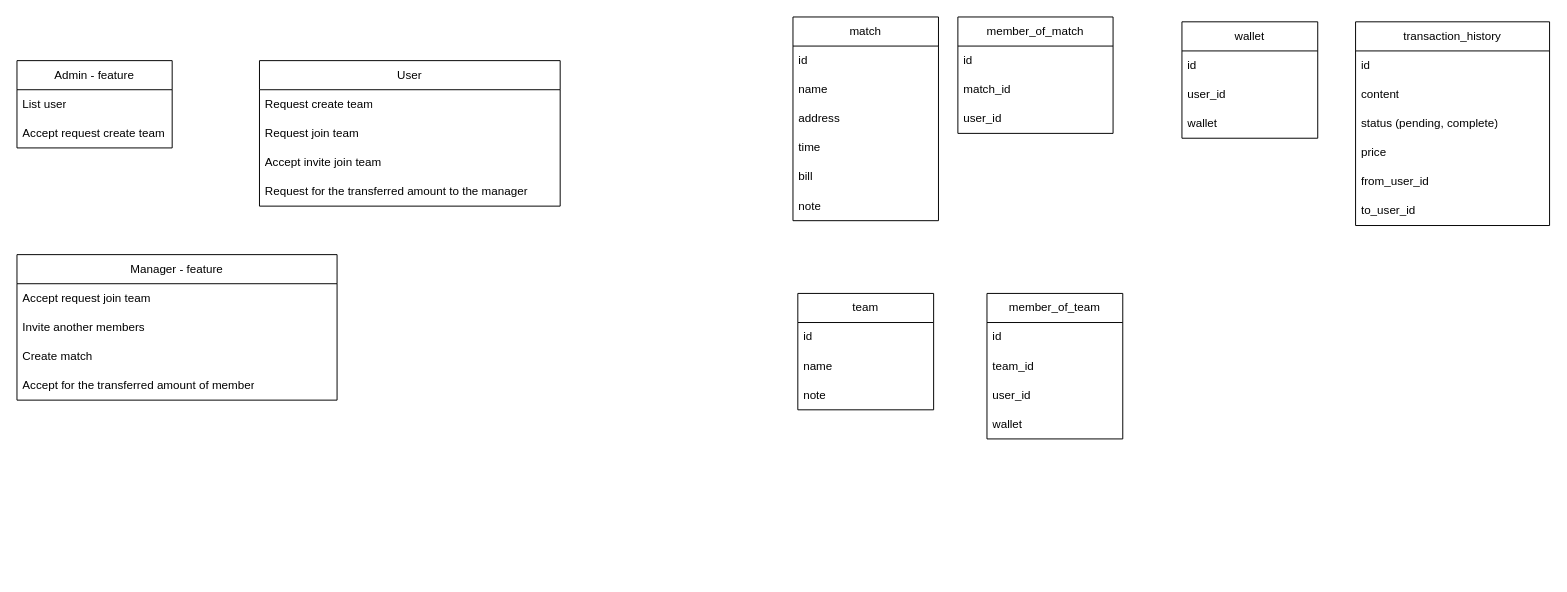
Above: team-manager.drawio in dinhan29/team-manager (draw.io), before the change. Source tidied: cells renumbered, new cells numbered last; positions are measured from the earlier drawing's top-left corner, leaving out a move shared by most shapes. Both pictures are drawn from the tidied source at 97%, with x=0, y=0 at pixel (16, 16).
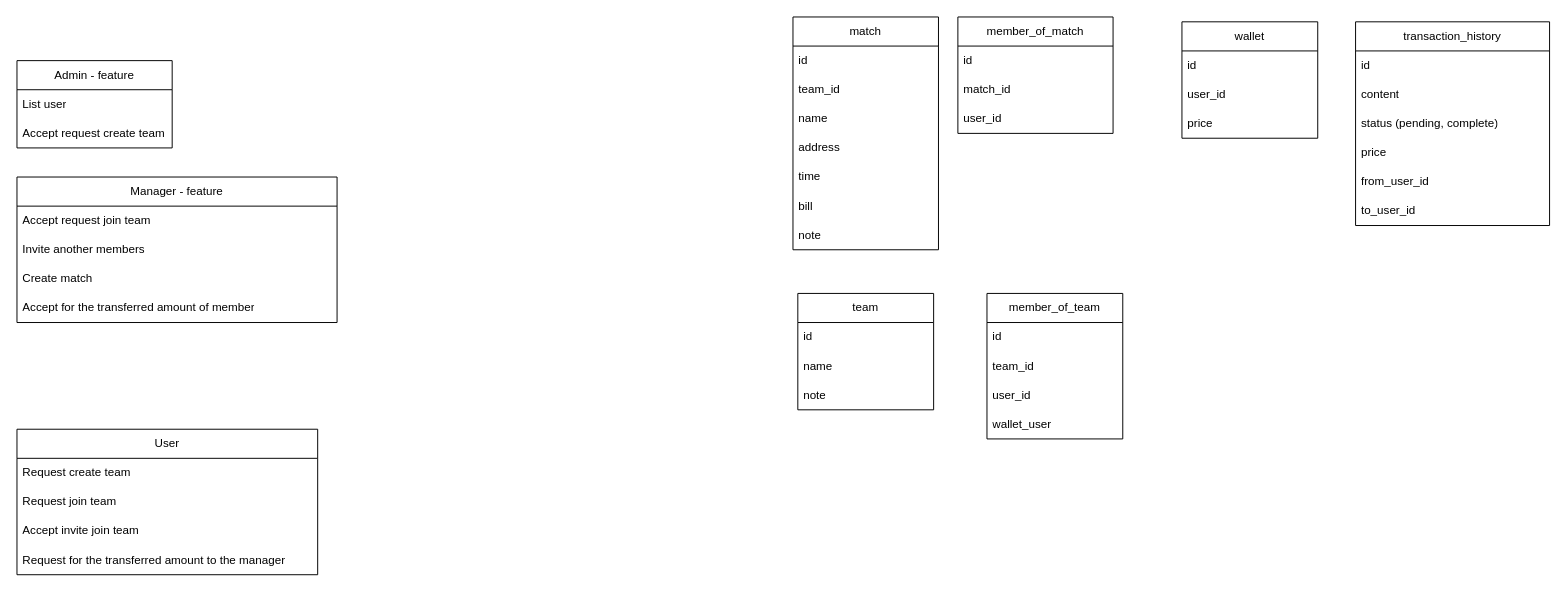
Above is the later version.

Unchanged cells that the change refers to:
```xml
<mxCell id="30" value="member_of_team" style="swimlane;fontStyle=0;horizontal=1;startSize=30;whiteSpace=wrap;html=1;" parent="1" vertex="1">
  <mxGeometry x="1000" y="285" width="140" height="150" as="geometry" />
</mxCell>
<mxCell id="35" value="wallet" style="swimlane;fontStyle=0;horizontal=1;startSize=30;whiteSpace=wrap;html=1;" parent="1" vertex="1">
  <mxGeometry x="1201" y="5" width="140" height="120" as="geometry" />
</mxCell>
```

What changed in the source:
```diff
@@
     <mxCell id="5" value="Manager - feature" style="swimlane;fontStyle=0;horizontal=1;startSize=30;whiteSpace=wrap;html=1;" parent="1" vertex="1">
-      <mxGeometry y="245" width="330" height="150" as="geometry" />
+      <mxGeometry y="165" width="330" height="150" as="geometry" />
     </mxCell>
@@
     <mxCell id="10" value="User" style="swimlane;fontStyle=0;horizontal=1;startSize=30;whiteSpace=wrap;html=1;" parent="1" vertex="1">
-      <mxGeometry x="250" y="45" width="310" height="150" as="geometry" />
+      <mxGeometry y="425" width="310" height="150" as="geometry" />
     </mxCell>
@@
     <mxCell id="15" value="match" style="swimlane;fontStyle=0;horizontal=1;startSize=30;whiteSpace=wrap;html=1;" parent="1" vertex="1">
-      <mxGeometry x="800" width="150" height="210" as="geometry" />
+      <mxGeometry x="800" width="150" height="240" as="geometry" />
     </mxCell>
@@
+    <mxCell id="46" value="team_id" style="text;strokeColor=none;fillColor=none;align=left;verticalAlign=middle;spacingLeft=4;spacingRight=4;overflow=hidden;whiteSpace=wrap;html=1;" parent="15" vertex="1">
+      <mxGeometry y="60" width="150" height="30" as="geometry" />
+    </mxCell>
     <mxCell id="17" value="name" style="text;strokeColor=none;fillColor=none;align=left;verticalAlign=middle;spacingLeft=4;spacingRight=4;overflow=hidden;whiteSpace=wrap;html=1;" parent="15" vertex="1">
-      <mxGeometry y="60" width="150" height="30" as="geometry" />
+      <mxGeometry y="90" width="150" height="30" as="geometry" />
     </mxCell>
     <mxCell id="18" value="address" style="text;strokeColor=none;fillColor=none;align=left;verticalAlign=middle;spacingLeft=4;spacingRight=4;overflow=hidden;whiteSpace=wrap;html=1;" parent="15" vertex="1">
-      <mxGeometry y="90" width="150" height="30" as="geometry" />
+      <mxGeometry y="120" width="150" height="30" as="geometry" />
     </mxCell>
     <mxCell id="19" value="time" style="text;strokeColor=none;fillColor=none;align=left;verticalAlign=middle;spacingLeft=4;spacingRight=4;overflow=hidden;whiteSpace=wrap;html=1;" parent="15" vertex="1">
-      <mxGeometry y="120" width="150" height="30" as="geometry" />
+      <mxGeometry y="150" width="150" height="30" as="geometry" />
     </mxCell>
     <mxCell id="20" value="bill" style="text;strokeColor=none;fillColor=none;align=left;verticalAlign=middle;spacingLeft=4;spacingRight=4;overflow=hidden;whiteSpace=wrap;html=1;" parent="15" vertex="1">
-      <mxGeometry y="150" width="150" height="30" as="geometry" />
+      <mxGeometry y="180" width="150" height="30" as="geometry" />
     </mxCell>
     <mxCell id="21" value="note" style="text;strokeColor=none;fillColor=none;align=left;verticalAlign=middle;spacingLeft=4;spacingRight=4;overflow=hidden;whiteSpace=wrap;html=1;" parent="15" vertex="1">
-      <mxGeometry y="180" width="150" height="30" as="geometry" />
+      <mxGeometry y="210" width="150" height="30" as="geometry" />
     </mxCell>
@@
-    <mxCell id="34" value="wallet" style="text;strokeColor=none;fillColor=none;align=left;verticalAlign=middle;spacingLeft=4;spacingRight=4;overflow=hidden;whiteSpace=wrap;html=1;" parent="30" vertex="1">
+    <mxCell id="34" value="wallet_user" style="text;strokeColor=none;fillColor=none;align=left;verticalAlign=middle;spacingLeft=4;spacingRight=4;overflow=hidden;whiteSpace=wrap;html=1;" parent="30" vertex="1">
       <mxGeometry y="120" width="140" height="30" as="geometry" />
     </mxCell>
@@
-    <mxCell id="38" value="wallet" style="text;strokeColor=none;fillColor=none;align=left;verticalAlign=middle;spacingLeft=4;spacingRight=4;overflow=hidden;whiteSpace=wrap;html=1;" parent="35" vertex="1">
+    <mxCell id="38" value="price" style="text;strokeColor=none;fillColor=none;align=left;verticalAlign=middle;spacingLeft=4;spacingRight=4;overflow=hidden;whiteSpace=wrap;html=1;" parent="35" vertex="1">
       <mxGeometry y="90" width="140" height="30" as="geometry" />
     </mxCell>
```
